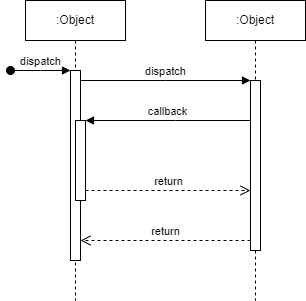
Before: Sequence Diagram.png, a diagram exported from draw.io (2003gichohiwaweru/softwaredevlab). Source tidied: cells renumbered, new cells last; positions are measured from the earlier drawing's top-left corner, leaving out a move shared by most shapes.
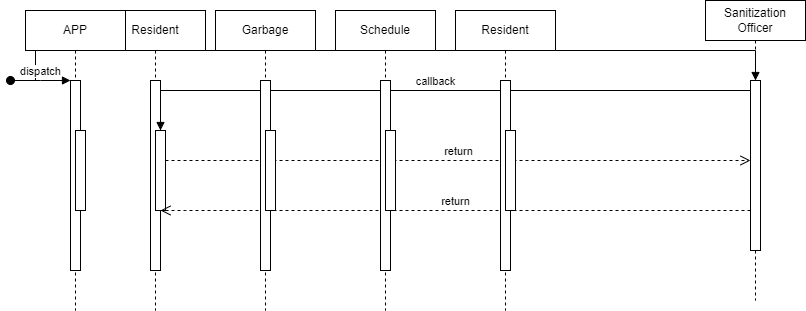
After the commit.

Diff of the diagram source:
```diff
@@ -2,28 +2,24 @@
   <root>
     <mxCell id="0" />
     <mxCell id="1" parent="0" />
-    <mxCell id="2" value=":Object" style="shape=umlLifeline;perimeter=lifelinePerimeter;whiteSpace=wrap;html=1;newEdgeStyle={&quot;edgeStyle&quot;:&quot;elbowEdgeStyle&quot;,&quot;elbow&quot;:&quot;vertical&quot;,&quot;curved&quot;:0,&quot;rounded&quot;:0};" parent="1" vertex="1">
-      <mxGeometry x="15" width="100" height="300" as="geometry" />
+    <mxCell id="2" value="Resident" style="shape=umlLifeline;perimeter=lifelinePerimeter;whiteSpace=wrap;html=1;newEdgeStyle={&quot;edgeStyle&quot;:&quot;elbowEdgeStyle&quot;,&quot;elbow&quot;:&quot;vertical&quot;,&quot;curved&quot;:0,&quot;rounded&quot;:0};" parent="1" vertex="1">
+      <mxGeometry x="85" y="40" width="100" height="300" as="geometry" />
     </mxCell>
     <mxCell id="3" style="html=1;points=[];perimeter=orthogonalPerimeter;outlineConnect=0;targetShapes=umlLifeline;portConstraint=eastwest;newEdgeStyle={&quot;edgeStyle&quot;:&quot;elbowEdgeStyle&quot;,&quot;elbow&quot;:&quot;vertical&quot;,&quot;curved&quot;:0,&quot;rounded&quot;:0};" parent="2" vertex="1">
       <mxGeometry x="45" y="70" width="10" height="190" as="geometry" />
     </mxCell>
-    <mxCell id="4" value="dispatch" style="html=1;verticalAlign=bottom;startArrow=oval;endArrow=block;startSize=8;edgeStyle=elbowEdgeStyle;elbow=vertical;curved=0;rounded=0;" parent="2" edge="1" target="3">
-      <mxGeometry relative="1" as="geometry">
-        <mxPoint x="-15" y="70" as="sourcePoint" />
-      </mxGeometry>
-    </mxCell>
     <mxCell id="5" style="html=1;points=[];perimeter=orthogonalPerimeter;outlineConnect=0;targetShapes=umlLifeline;portConstraint=eastwest;newEdgeStyle={&quot;edgeStyle&quot;:&quot;elbowEdgeStyle&quot;,&quot;elbow&quot;:&quot;vertical&quot;,&quot;curved&quot;:0,&quot;rounded&quot;:0};" parent="2" vertex="1">
       <mxGeometry x="50" y="120" width="10" height="80" as="geometry" />
     </mxCell>
-    <mxCell id="6" value=":Object" style="shape=umlLifeline;perimeter=lifelinePerimeter;whiteSpace=wrap;html=1;newEdgeStyle={&quot;edgeStyle&quot;:&quot;elbowEdgeStyle&quot;,&quot;elbow&quot;:&quot;vertical&quot;,&quot;curved&quot;:0,&quot;rounded&quot;:0};" parent="1" vertex="1">
-      <mxGeometry x="195" width="100" height="300" as="geometry" />
+    <mxCell id="6" value="Sanitization Officer" style="shape=umlLifeline;perimeter=lifelinePerimeter;whiteSpace=wrap;html=1;newEdgeStyle={&quot;edgeStyle&quot;:&quot;elbowEdgeStyle&quot;,&quot;elbow&quot;:&quot;vertical&quot;,&quot;curved&quot;:0,&quot;rounded&quot;:0};" parent="1" vertex="1">
+      <mxGeometry x="685" y="30" width="100" height="300" as="geometry" />
     </mxCell>
     <mxCell id="7" style="html=1;points=[];perimeter=orthogonalPerimeter;outlineConnect=0;targetShapes=umlLifeline;portConstraint=eastwest;newEdgeStyle={&quot;edgeStyle&quot;:&quot;elbowEdgeStyle&quot;,&quot;elbow&quot;:&quot;vertical&quot;,&quot;curved&quot;:0,&quot;rounded&quot;:0};" parent="6" vertex="1">
       <mxGeometry x="45" y="80" width="10" height="170" as="geometry" />
     </mxCell>
-    <mxCell id="8" value="dispatch" style="html=1;verticalAlign=bottom;endArrow=block;edgeStyle=elbowEdgeStyle;elbow=vertical;curved=0;rounded=0;" parent="1" edge="1" source="3" target="7">
+    <mxCell id="8" value="dispatch" style="html=1;verticalAlign=bottom;endArrow=block;edgeStyle=elbowEdgeStyle;elbow=vertical;curved=0;rounded=0;" parent="1" edge="1" target="7">
       <mxGeometry relative="1" as="geometry">
+        <mxPoint x="15" y="110" as="sourcePoint" />
         <Array as="points">
           <mxPoint x="155" y="80" />
         </Array>
@@ -50,5 +46,46 @@
         </Array>
       </mxGeometry>
     </mxCell>
+    <mxCell id="12" value="Garbage" style="shape=umlLifeline;perimeter=lifelinePerimeter;whiteSpace=wrap;html=1;newEdgeStyle={&quot;edgeStyle&quot;:&quot;elbowEdgeStyle&quot;,&quot;elbow&quot;:&quot;vertical&quot;,&quot;curved&quot;:0,&quot;rounded&quot;:0};" parent="1" vertex="1">
+      <mxGeometry x="195" y="40" width="100" height="300" as="geometry" />
+    </mxCell>
+    <mxCell id="13" style="html=1;perimeter=orthogonalPerimeter;targetShapes=umlLifeline;newEdgeStyle={&quot;edgeStyle&quot;:&quot;elbowEdgeStyle&quot;,&quot;elbow&quot;:&quot;vertical&quot;,&quot;curved&quot;:0,&quot;rounded&quot;:0};" parent="12" vertex="1">
+      <mxGeometry x="45" y="70" width="10" height="190" as="geometry" />
+    </mxCell>
+    <mxCell id="14" style="html=1;perimeter=orthogonalPerimeter;targetShapes=umlLifeline;newEdgeStyle={&quot;edgeStyle&quot;:&quot;elbowEdgeStyle&quot;,&quot;elbow&quot;:&quot;vertical&quot;,&quot;curved&quot;:0,&quot;rounded&quot;:0};" parent="12" vertex="1">
+      <mxGeometry x="50" y="120" width="10" height="80" as="geometry" />
+    </mxCell>
+    <mxCell id="15" value="Schedule" style="shape=umlLifeline;perimeter=lifelinePerimeter;whiteSpace=wrap;html=1;newEdgeStyle={&quot;edgeStyle&quot;:&quot;elbowEdgeStyle&quot;,&quot;elbow&quot;:&quot;vertical&quot;,&quot;curved&quot;:0,&quot;rounded&quot;:0};" parent="1" vertex="1">
+      <mxGeometry x="315" y="40" width="100" height="300" as="geometry" />
+    </mxCell>
+    <mxCell id="16" style="html=1;perimeter=orthogonalPerimeter;targetShapes=umlLifeline;newEdgeStyle={&quot;edgeStyle&quot;:&quot;elbowEdgeStyle&quot;,&quot;elbow&quot;:&quot;vertical&quot;,&quot;curved&quot;:0,&quot;rounded&quot;:0};" parent="15" vertex="1">
+      <mxGeometry x="45" y="70" width="10" height="190" as="geometry" />
+    </mxCell>
+    <mxCell id="17" style="html=1;perimeter=orthogonalPerimeter;targetShapes=umlLifeline;newEdgeStyle={&quot;edgeStyle&quot;:&quot;elbowEdgeStyle&quot;,&quot;elbow&quot;:&quot;vertical&quot;,&quot;curved&quot;:0,&quot;rounded&quot;:0};" parent="15" vertex="1">
+      <mxGeometry x="50" y="120" width="10" height="80" as="geometry" />
+    </mxCell>
+    <mxCell id="18" value="APP" style="shape=umlLifeline;perimeter=lifelinePerimeter;whiteSpace=wrap;html=1;newEdgeStyle={&quot;edgeStyle&quot;:&quot;elbowEdgeStyle&quot;,&quot;elbow&quot;:&quot;vertical&quot;,&quot;curved&quot;:0,&quot;rounded&quot;:0};" parent="1" vertex="1">
+      <mxGeometry x="5" y="40" width="100" height="300" as="geometry" />
+    </mxCell>
+    <mxCell id="19" style="html=1;points=[];perimeter=orthogonalPerimeter;outlineConnect=0;targetShapes=umlLifeline;portConstraint=eastwest;newEdgeStyle={&quot;edgeStyle&quot;:&quot;elbowEdgeStyle&quot;,&quot;elbow&quot;:&quot;vertical&quot;,&quot;curved&quot;:0,&quot;rounded&quot;:0};" parent="18" vertex="1">
+      <mxGeometry x="45" y="70" width="10" height="190" as="geometry" />
+    </mxCell>
+    <mxCell id="4" value="dispatch" style="html=1;verticalAlign=bottom;startArrow=oval;endArrow=block;startSize=8;edgeStyle=elbowEdgeStyle;elbow=vertical;curved=0;rounded=0;" parent="18" edge="1" target="19">
+      <mxGeometry relative="1" as="geometry">
+        <mxPoint x="-15" y="70" as="sourcePoint" />
+      </mxGeometry>
+    </mxCell>
+    <mxCell id="20" style="html=1;perimeter=orthogonalPerimeter;targetShapes=umlLifeline;newEdgeStyle={&quot;edgeStyle&quot;:&quot;elbowEdgeStyle&quot;,&quot;elbow&quot;:&quot;vertical&quot;,&quot;curved&quot;:0,&quot;rounded&quot;:0};" parent="18" vertex="1">
+      <mxGeometry x="50" y="120" width="10" height="80" as="geometry" />
+    </mxCell>
+    <mxCell id="21" value="Resident" style="shape=umlLifeline;perimeter=lifelinePerimeter;whiteSpace=wrap;html=1;newEdgeStyle={&quot;edgeStyle&quot;:&quot;elbowEdgeStyle&quot;,&quot;elbow&quot;:&quot;vertical&quot;,&quot;curved&quot;:0,&quot;rounded&quot;:0};" parent="1" vertex="1">
+      <mxGeometry x="435" y="40" width="100" height="300" as="geometry" />
+    </mxCell>
+    <mxCell id="22" style="html=1;perimeter=orthogonalPerimeter;targetShapes=umlLifeline;newEdgeStyle={&quot;edgeStyle&quot;:&quot;elbowEdgeStyle&quot;,&quot;elbow&quot;:&quot;vertical&quot;,&quot;curved&quot;:0,&quot;rounded&quot;:0};" parent="21" vertex="1">
+      <mxGeometry x="45" y="70" width="10" height="190" as="geometry" />
+    </mxCell>
+    <mxCell id="23" style="html=1;perimeter=orthogonalPerimeter;targetShapes=umlLifeline;newEdgeStyle={&quot;edgeStyle&quot;:&quot;elbowEdgeStyle&quot;,&quot;elbow&quot;:&quot;vertical&quot;,&quot;curved&quot;:0,&quot;rounded&quot;:0};" parent="21" vertex="1">
+      <mxGeometry x="50" y="120" width="10" height="80" as="geometry" />
+    </mxCell>
   </root>
 </mxGraphModel>
```
